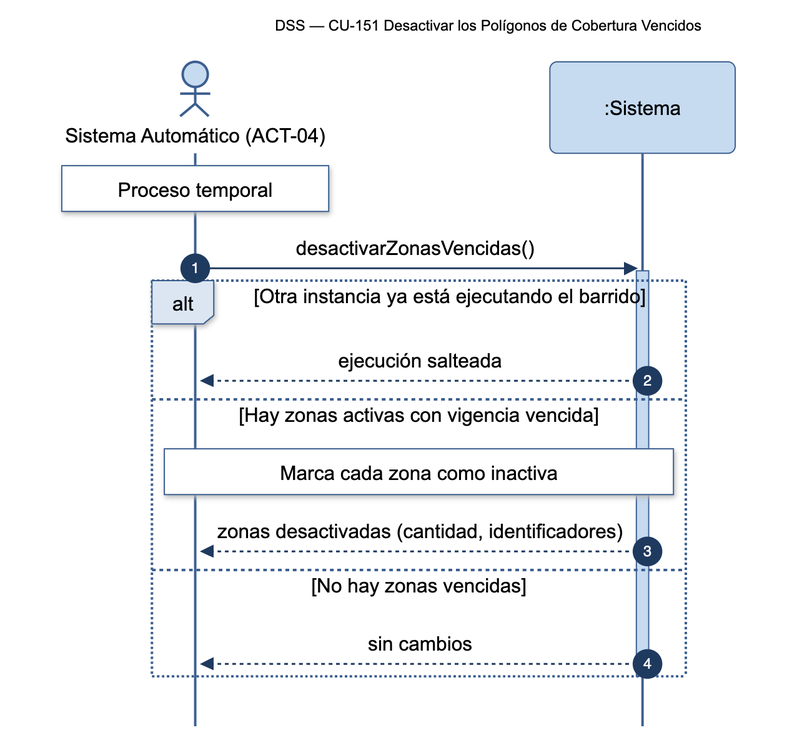
Earlier version of the Mermaid export diagramas/png/DSS_CU-151_Desactivar-los-Poligonos-de-Cobertura-Vencidos.png (Nahuelito-Dev/splg-docs). Its source is kept beside it as diagramas/DSS_CU-151_Desactivar-los-Poligonos-de-Cobertura-Vencidos.mmd. Source of this version:
```mermaid
sequenceDiagram
    title DSS — CU-151 Desactivar los Polígonos de Cobertura Vencidos
    autonumber
    actor SAU as Sistema Automático (ACT-04)
    participant SIS as :Sistema

    Note over SAU: Proceso temporal
    SAU->>SIS: desactivarZonasVencidas()
    activate SIS
    alt Otra instancia ya está ejecutando el barrido
        SIS-->>SAU: ejecución salteada
    else Hay zonas activas con vigencia vencida
        Note over SAU,SIS: Marca cada zona como inactiva
        SIS-->>SAU: zonas desactivadas (cantidad, identificadores)
    else No hay zonas vencidas
        SIS-->>SAU: sin cambios
    end
    deactivate SIS
```
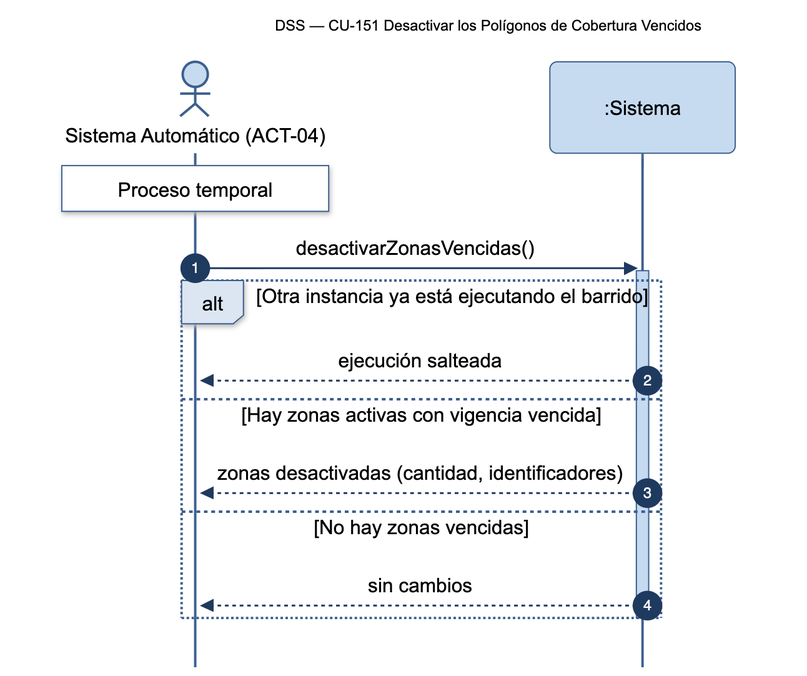
After the change.

Diff of the diagram source:
```diff
@@ -10,7 +10,6 @@
     alt Otra instancia ya está ejecutando el barrido
         SIS-->>SAU: ejecución salteada
     else Hay zonas activas con vigencia vencida
-        Note over SAU,SIS: Marca cada zona como inactiva
         SIS-->>SAU: zonas desactivadas (cantidad, identificadores)
     else No hay zonas vencidas
         SIS-->>SAU: sin cambios
```
